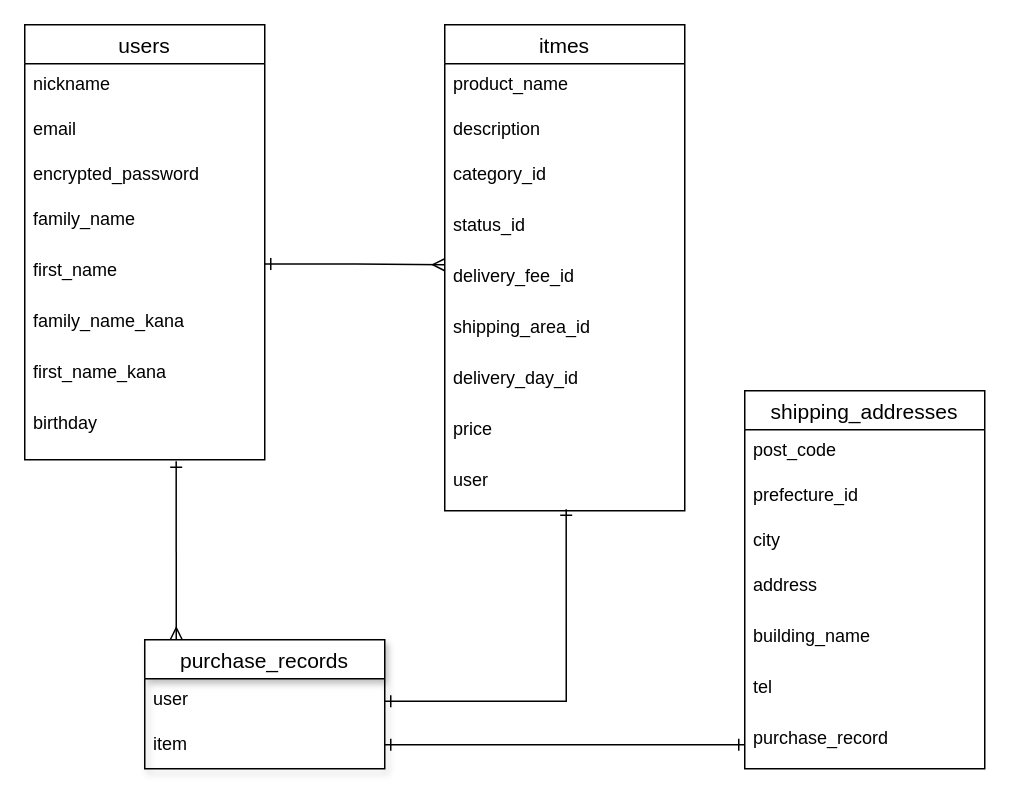
Above: furima.dio in kumosekine/furima-36032 (draw.io), before the change. Source tidied: cells renumbered, new cells numbered last; positions are measured from the earlier drawing's top-left corner, leaving out a move shared by most shapes. Both pictures are drawn from the tidied source at 150%, with x=0, y=0 at pixel (24, 24).
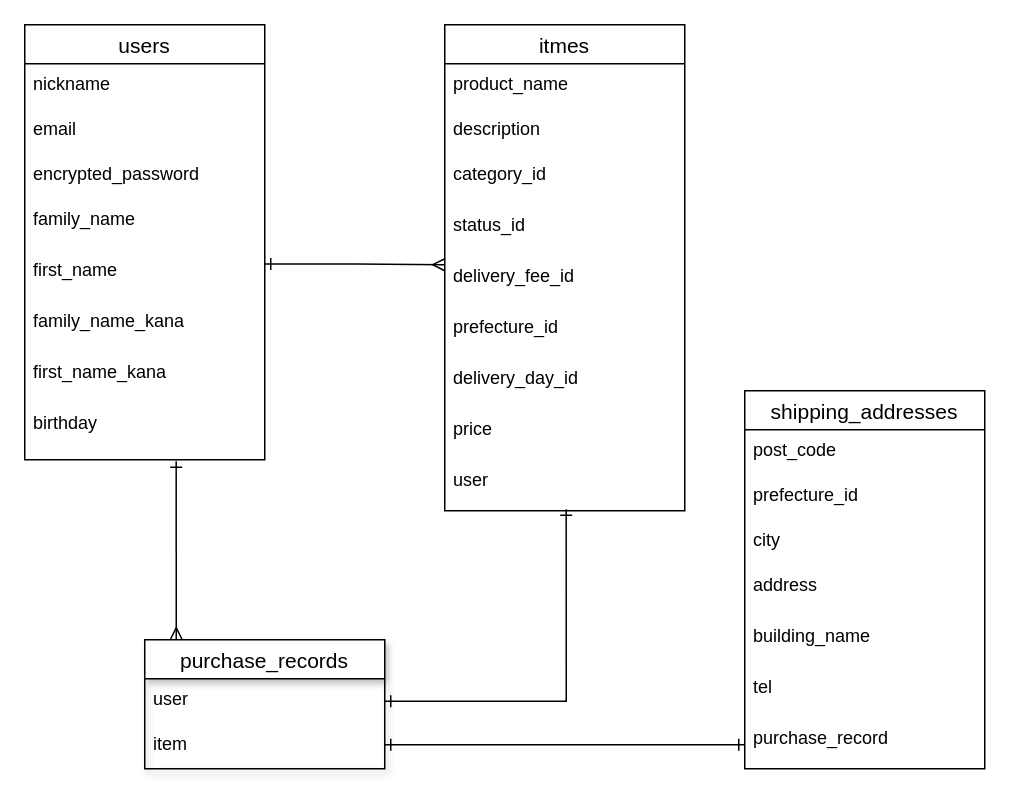
The same diagram, later.

Commit message (it also covers changes not shown here):
ER図、READEME修正(３回目)

Unchanged cells that the change refers to:
```xml
<mxCell id="11" value="itmes" style="swimlane;fontStyle=0;horizontal=1;startSize=26;align=center;fontSize=14;" parent="1" vertex="1">
  <mxGeometry x="280" width="160" height="324" as="geometry" />
</mxCell>
```

Change to the diagram source:
```diff
@@
-    <mxCell id="17" value="shipping_area_id" style="text;strokeColor=none;fillColor=none;spacingLeft=4;spacingRight=4;overflow=hidden;fontSize=12;shadow=1;" parent="11" vertex="1">
+    <mxCell id="17" value="prefecture_id" style="text;strokeColor=none;fillColor=none;spacingLeft=4;spacingRight=4;overflow=hidden;fontSize=12;shadow=1;" parent="11" vertex="1">
       <mxGeometry y="188" width="160" height="34" as="geometry" />
     </mxCell>
```
